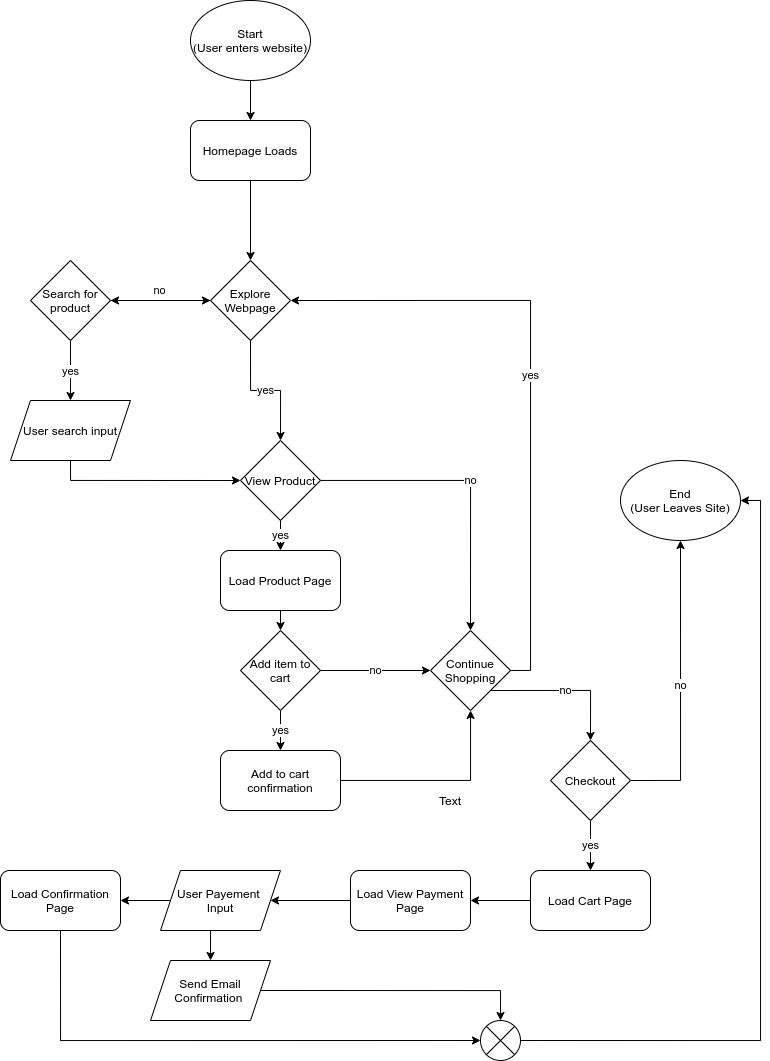
The draw.io diagram part2/part2.drawio.png in jamesrdaza/sp21-cse110-lab4, before a commit. Source tidied: cells renumbered, new cells last; positions are measured from the earlier drawing's top-left corner, leaving out a move shared by most shapes.
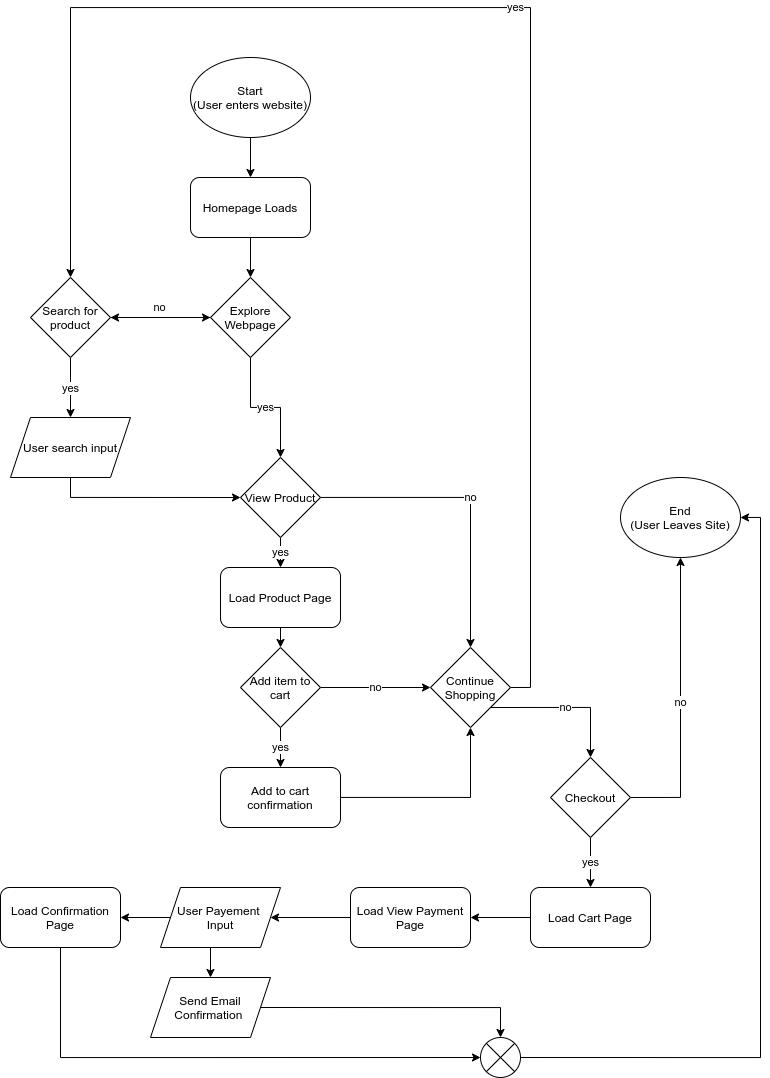
After the commit.

What changed in the source:
```diff
@@ -6,13 +6,13 @@
       <mxGeometry relative="1" as="geometry" />
     </mxCell>
     <mxCell id="3" value="Start&lt;br&gt;(User enters website)" style="ellipse;whiteSpace=wrap;html=1;" parent="1" vertex="1">
-      <mxGeometry x="190" width="120" height="80" as="geometry" />
+      <mxGeometry x="190" y="40" width="120" height="80" as="geometry" />
     </mxCell>
     <mxCell id="4" style="edgeStyle=orthogonalEdgeStyle;rounded=0;jettySize=auto;html=1;exitX=0.5;exitY=1;exitDx=0;exitDy=0;" parent="1" edge="1" source="5" target="8">
       <mxGeometry relative="1" as="geometry" />
     </mxCell>
     <mxCell id="5" value="Homepage Loads" style="rounded=1;whiteSpace=wrap;html=1;" parent="1" vertex="1">
-      <mxGeometry x="190" y="120" width="120" height="60" as="geometry" />
+      <mxGeometry x="190" y="160" width="120" height="60" as="geometry" />
     </mxCell>
     <mxCell id="6" value="yes" style="edgeStyle=orthogonalEdgeStyle;rounded=0;jettySize=auto;html=1;exitX=0.5;exitY=1;exitDx=0;exitDy=0;entryX=0.5;entryY=0;entryDx=0;entryDy=0;" parent="1" edge="1" source="8" target="26">
       <mxGeometry relative="1" as="geometry" />
@@ -65,8 +65,14 @@
     <mxCell id="20" value="Add to cart confirmation" style="rounded=1;whiteSpace=wrap;html=1;" parent="1" vertex="1">
       <mxGeometry x="220" y="750" width="120" height="60" as="geometry" />
     </mxCell>
-    <mxCell id="21" value="yes" style="edgeStyle=orthogonalEdgeStyle;rounded=0;jettySize=auto;html=1;exitX=1;exitY=0.5;exitDx=0;exitDy=0;entryX=1;entryY=0.5;entryDx=0;entryDy=0;" parent="1" edge="1" source="23" target="8">
-      <mxGeometry relative="1" as="geometry" />
+    <mxCell id="21" value="yes" style="edgeStyle=orthogonalEdgeStyle;rounded=0;jettySize=auto;html=1;exitX=1;exitY=0.5;exitDx=0;exitDy=0;entryX=0.5;entryY=0;entryDx=0;entryDy=0;" parent="1" edge="1" source="23" target="11">
+      <mxGeometry relative="1" as="geometry">
+        <Array as="points">
+          <mxPoint x="530" y="670" />
+          <mxPoint x="530" y="-10" />
+          <mxPoint x="70" y="-10" />
+        </Array>
+      </mxGeometry>
     </mxCell>
     <mxCell id="22" value="no" style="edgeStyle=orthogonalEdgeStyle;rounded=0;jettySize=auto;html=1;exitX=1;exitY=1;exitDx=0;exitDy=0;entryX=0.5;entryY=0;entryDx=0;entryDy=0;" parent="1" edge="1" source="23" target="29">
       <mxGeometry relative="1" as="geometry" />
@@ -101,9 +107,6 @@
     <mxCell id="32" value="Load Cart Page" style="rounded=1;whiteSpace=wrap;html=1;" parent="1" vertex="1">
       <mxGeometry x="530" y="870" width="120" height="60" as="geometry" />
     </mxCell>
-    <mxCell id="33" value="Text" style="text;html=1;strokeColor=none;fillColor=none;align=center;verticalAlign=middle;whiteSpace=wrap;rounded=0;" parent="1" vertex="1">
-      <mxGeometry x="430" y="790" width="40" height="20" as="geometry" />
-    </mxCell>
     <mxCell id="34" style="edgeStyle=orthogonalEdgeStyle;rounded=0;jettySize=auto;html=1;entryX=1;entryY=0.5;entryDx=0;entryDy=0;" parent="1" edge="1" source="35" target="38">
       <mxGeometry relative="1" as="geometry" />
     </mxCell>
```
